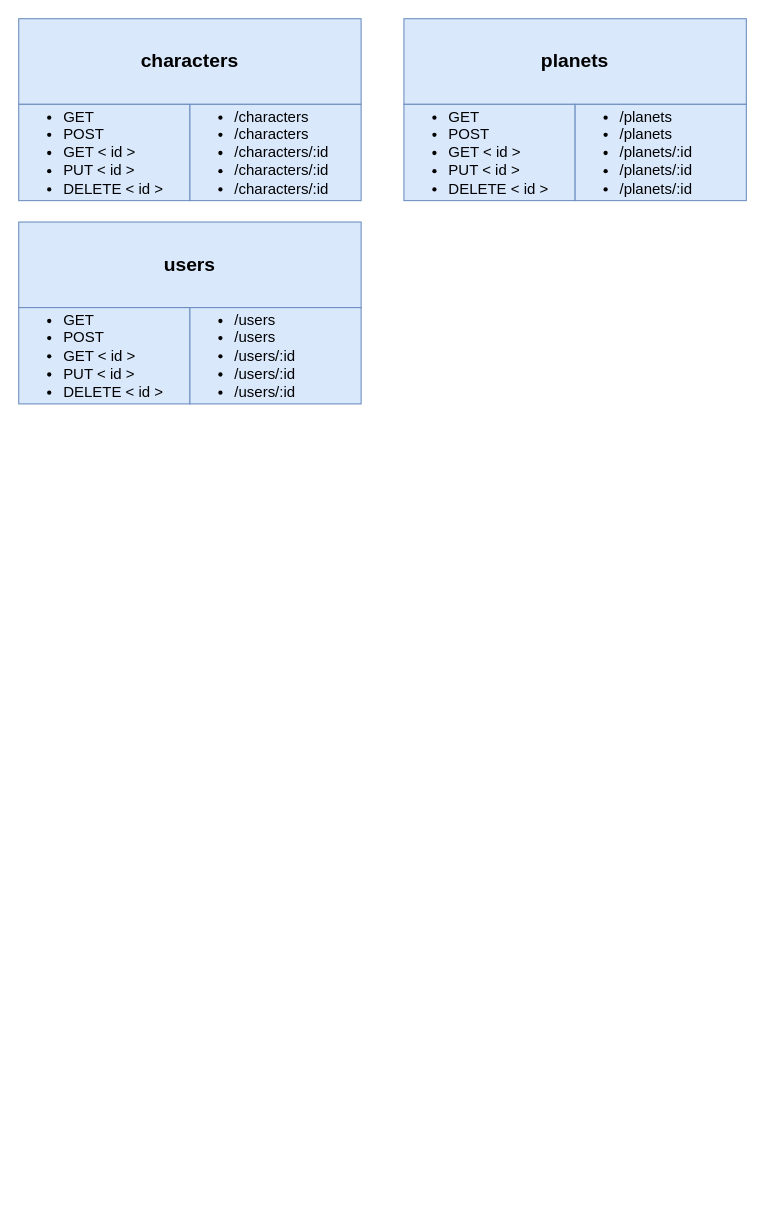
Before: page "Page-1" (1 of 2) of diagram.drawio in diego-sepulveda-lavin/starwars-api-nest, a draw.io diagram. Source tidied: cells renumbered, new cells numbered last; positions are measured from the earlier drawing's top-left corner, leaving out a move shared by most shapes. Both pictures are drawn from the tidied source at 107%, with x=0, y=0 at pixel (18, 18).
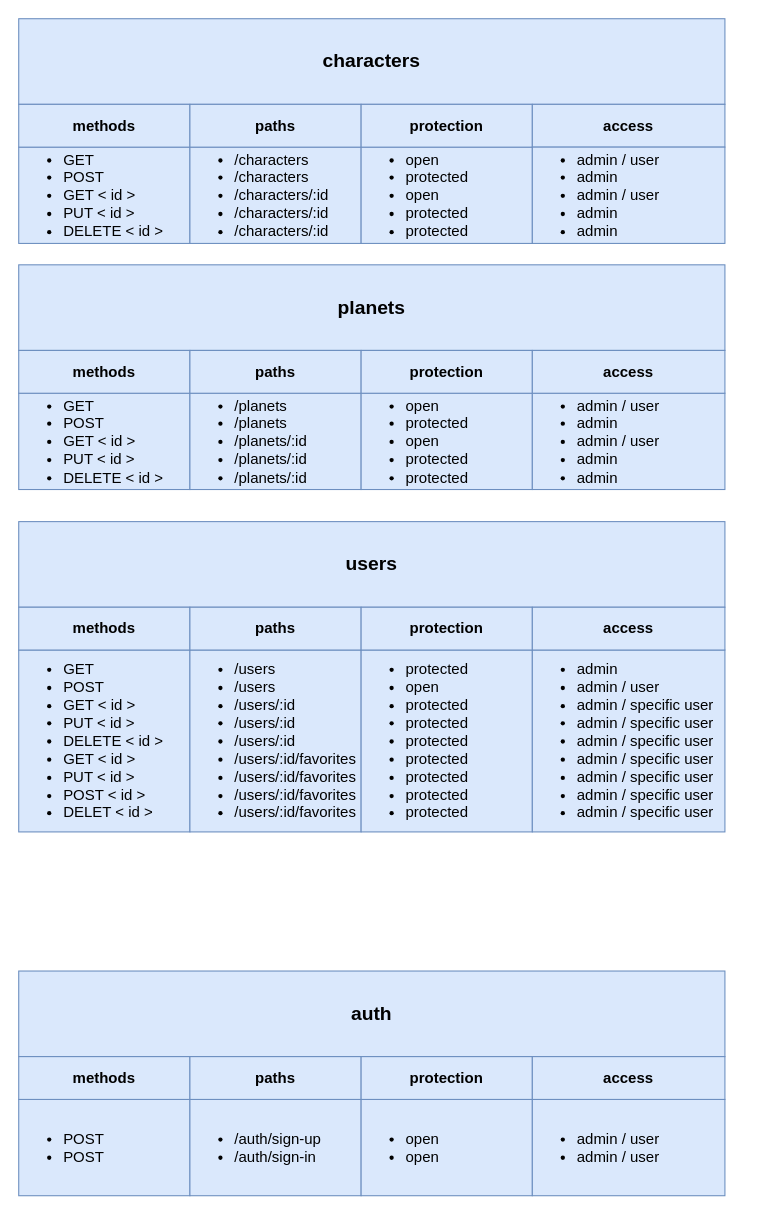
The same page after the edit.

What changed in the source:
```diff
@@
-    <mxCell id="2" value="&lt;font size=&quot;1&quot;&gt;&lt;b style=&quot;font-size: 18px&quot;&gt;characters&lt;/b&gt;&lt;/font&gt;" style="rounded=0;whiteSpace=wrap;html=1;fillColor=#dae8fc;strokeColor=#6c8ebf;" parent="1" vertex="1">
-      <mxGeometry width="320" height="80" as="geometry" />
+    <mxCell id="2" value="&lt;font size=&quot;1&quot;&gt;&lt;b style=&quot;font-size: 18px&quot;&gt;characters&lt;/b&gt;&lt;/font&gt;" style="whiteSpace=wrap;html=1;fillColor=#dae8fc;strokeColor=#6c8ebf;" parent="1" vertex="1">
+      <mxGeometry width="660" height="80" as="geometry" />
     </mxCell>
-    <mxCell id="3" value="&lt;ul style=&quot;font-size: 14px&quot;&gt;&lt;li&gt;GET&lt;/li&gt;&lt;li&gt;POST&lt;/li&gt;&lt;li&gt;GET &amp;lt; id &amp;gt;&lt;/li&gt;&lt;li&gt;PUT &amp;lt; id &amp;gt;&lt;/li&gt;&lt;li&gt;DELETE &amp;lt; id &amp;gt;&lt;/li&gt;&lt;/ul&gt;" style="rounded=0;whiteSpace=wrap;html=1;align=left;fillColor=#dae8fc;strokeColor=#6c8ebf;" parent="1" vertex="1">
-      <mxGeometry y="80" width="160" height="90" as="geometry" />
+    <mxCell id="3" value="&lt;ul style=&quot;font-size: 14px&quot;&gt;&lt;li&gt;GET&lt;/li&gt;&lt;li&gt;POST&lt;/li&gt;&lt;li&gt;GET &amp;lt; id &amp;gt;&lt;/li&gt;&lt;li&gt;PUT &amp;lt; id &amp;gt;&lt;/li&gt;&lt;li&gt;DELETE &amp;lt; id &amp;gt;&lt;/li&gt;&lt;/ul&gt;" style="whiteSpace=wrap;html=1;align=left;fillColor=#dae8fc;strokeColor=#6c8ebf;" parent="1" vertex="1">
+      <mxGeometry y="120" width="160" height="90" as="geometry" />
     </mxCell>
-    <mxCell id="4" value="&lt;ul style=&quot;font-size: 14px&quot;&gt;&lt;li&gt;/characters&lt;/li&gt;&lt;li&gt;/characters&lt;/li&gt;&lt;li&gt;/characters/:id&lt;/li&gt;&lt;li&gt;/characters/:id&lt;/li&gt;&lt;li&gt;/characters/:id&lt;/li&gt;&lt;/ul&gt;" style="rounded=0;whiteSpace=wrap;html=1;align=left;fillColor=#dae8fc;strokeColor=#6c8ebf;" parent="1" vertex="1">
-      <mxGeometry x="160" y="80" width="160" height="90" as="geometry" />
+    <mxCell id="4" value="&lt;ul style=&quot;font-size: 14px&quot;&gt;&lt;li&gt;/characters&lt;/li&gt;&lt;li&gt;/characters&lt;/li&gt;&lt;li&gt;/characters/:id&lt;/li&gt;&lt;li&gt;/characters/:id&lt;/li&gt;&lt;li&gt;/characters/:id&lt;/li&gt;&lt;/ul&gt;" style="whiteSpace=wrap;html=1;align=left;fillColor=#dae8fc;strokeColor=#6c8ebf;" parent="1" vertex="1">
+      <mxGeometry x="160" y="120" width="160" height="90" as="geometry" />
     </mxCell>
-    <mxCell id="5" value="&lt;font size=&quot;1&quot;&gt;&lt;b style=&quot;font-size: 18px&quot;&gt;planets&lt;/b&gt;&lt;/font&gt;" style="rounded=0;whiteSpace=wrap;html=1;fillColor=#dae8fc;strokeColor=#6c8ebf;" parent="1" vertex="1">
-      <mxGeometry x="360" width="320" height="80" as="geometry" />
+    <mxCell id="5" value="&lt;font size=&quot;1&quot;&gt;&lt;b style=&quot;font-size: 18px&quot;&gt;planets&lt;/b&gt;&lt;/font&gt;" style="whiteSpace=wrap;html=1;fillColor=#dae8fc;strokeColor=#6c8ebf;" parent="1" vertex="1">
+      <mxGeometry y="230" width="660" height="80" as="geometry" />
     </mxCell>
-    <mxCell id="6" value="&lt;ul style=&quot;font-size: 14px&quot;&gt;&lt;li&gt;GET&lt;/li&gt;&lt;li&gt;POST&lt;/li&gt;&lt;li&gt;GET &amp;lt; id &amp;gt;&lt;/li&gt;&lt;li&gt;PUT &amp;lt; id &amp;gt;&lt;/li&gt;&lt;li&gt;DELETE &amp;lt; id &amp;gt;&lt;/li&gt;&lt;/ul&gt;" style="rounded=0;whiteSpace=wrap;html=1;align=left;fillColor=#dae8fc;strokeColor=#6c8ebf;" parent="1" vertex="1">
-      <mxGeometry x="360" y="80" width="160" height="90" as="geometry" />
+    <mxCell id="6" value="&lt;ul style=&quot;font-size: 14px&quot;&gt;&lt;li&gt;GET&lt;/li&gt;&lt;li&gt;POST&lt;/li&gt;&lt;li&gt;GET &amp;lt; id &amp;gt;&lt;/li&gt;&lt;li&gt;PUT &amp;lt; id &amp;gt;&lt;/li&gt;&lt;li&gt;DELETE &amp;lt; id &amp;gt;&lt;/li&gt;&lt;/ul&gt;" style="whiteSpace=wrap;html=1;align=left;fillColor=#dae8fc;strokeColor=#6c8ebf;" parent="1" vertex="1">
+      <mxGeometry y="350" width="160" height="90" as="geometry" />
     </mxCell>
-    <mxCell id="7" value="&lt;ul style=&quot;font-size: 14px&quot;&gt;&lt;li&gt;/planets&lt;/li&gt;&lt;li&gt;/planets&lt;/li&gt;&lt;li&gt;/planets/:id&lt;/li&gt;&lt;li&gt;/planets/:id&lt;/li&gt;&lt;li&gt;/planets/:id&lt;/li&gt;&lt;/ul&gt;" style="rounded=0;whiteSpace=wrap;html=1;align=left;fillColor=#dae8fc;strokeColor=#6c8ebf;" parent="1" vertex="1">
-      <mxGeometry x="520" y="80" width="160" height="90" as="geometry" />
+    <mxCell id="7" value="&lt;ul style=&quot;font-size: 14px&quot;&gt;&lt;li&gt;/planets&lt;/li&gt;&lt;li&gt;/planets&lt;/li&gt;&lt;li&gt;/planets/:id&lt;/li&gt;&lt;li&gt;/planets/:id&lt;/li&gt;&lt;li&gt;/planets/:id&lt;/li&gt;&lt;/ul&gt;" style="whiteSpace=wrap;html=1;align=left;fillColor=#dae8fc;strokeColor=#6c8ebf;" parent="1" vertex="1">
+      <mxGeometry x="160" y="350" width="160" height="90" as="geometry" />
     </mxCell>
-    <mxCell id="8" value="&lt;font size=&quot;1&quot;&gt;&lt;b style=&quot;font-size: 18px&quot;&gt;users&lt;/b&gt;&lt;/font&gt;" style="rounded=0;whiteSpace=wrap;html=1;fillColor=#dae8fc;strokeColor=#6c8ebf;" parent="1" vertex="1">
-      <mxGeometry y="190" width="320" height="80" as="geometry" />
+    <mxCell id="8" value="&lt;font size=&quot;1&quot;&gt;&lt;b style=&quot;font-size: 18px&quot;&gt;users&lt;/b&gt;&lt;/font&gt;" style="whiteSpace=wrap;html=1;fillColor=#dae8fc;strokeColor=#6c8ebf;" parent="1" vertex="1">
+      <mxGeometry y="470" width="660" height="80" as="geometry" />
     </mxCell>
-    <mxCell id="9" value="&lt;ul style=&quot;font-size: 14px&quot;&gt;&lt;li&gt;GET&lt;/li&gt;&lt;li&gt;POST&lt;/li&gt;&lt;li&gt;GET &amp;lt; id &amp;gt;&lt;/li&gt;&lt;li&gt;PUT &amp;lt; id &amp;gt;&lt;/li&gt;&lt;li&gt;DELETE &amp;lt; id &amp;gt;&lt;/li&gt;&lt;/ul&gt;" style="rounded=0;whiteSpace=wrap;html=1;align=left;fillColor=#dae8fc;strokeColor=#6c8ebf;" parent="1" vertex="1">
-      <mxGeometry y="270" width="160" height="90" as="geometry" />
+    <mxCell id="9" value="&lt;ul style=&quot;font-size: 14px&quot;&gt;&lt;li&gt;GET&lt;/li&gt;&lt;li&gt;POST&lt;/li&gt;&lt;li&gt;GET &amp;lt; id &amp;gt;&lt;/li&gt;&lt;li&gt;PUT &amp;lt; id &amp;gt;&lt;/li&gt;&lt;li&gt;DELETE &amp;lt; id &amp;gt;&lt;/li&gt;&lt;li&gt;GET &amp;lt; id &amp;gt;&lt;/li&gt;&lt;li&gt;PUT &amp;lt; id &amp;gt;&lt;/li&gt;&lt;li&gt;POST &amp;lt; id &amp;gt;&lt;/li&gt;&lt;li&gt;DELET &amp;lt; id &amp;gt;&lt;/li&gt;&lt;/ul&gt;" style="whiteSpace=wrap;html=1;align=left;fillColor=#dae8fc;strokeColor=#6c8ebf;" parent="1" vertex="1">
+      <mxGeometry y="590" width="160" height="170" as="geometry" />
     </mxCell>
-    <mxCell id="10" value="&lt;ul style=&quot;font-size: 14px&quot;&gt;&lt;li&gt;/users&lt;/li&gt;&lt;li&gt;/users&lt;/li&gt;&lt;li&gt;/users/:id&lt;/li&gt;&lt;li&gt;/users/:id&lt;/li&gt;&lt;li&gt;/users/:id&lt;/li&gt;&lt;/ul&gt;" style="rounded=0;whiteSpace=wrap;html=1;align=left;fillColor=#dae8fc;strokeColor=#6c8ebf;" parent="1" vertex="1">
-      <mxGeometry x="160" y="270" width="160" height="90" as="geometry" />
+    <mxCell id="10" value="&lt;ul style=&quot;font-size: 14px&quot;&gt;&lt;li&gt;/users&lt;/li&gt;&lt;li&gt;/users&lt;/li&gt;&lt;li&gt;/users/:id&lt;/li&gt;&lt;li&gt;/users/:id&lt;/li&gt;&lt;li&gt;/users/:id&lt;/li&gt;&lt;li&gt;/users/:id/favorites&lt;/li&gt;&lt;li&gt;/users/:id/favorites&lt;/li&gt;&lt;li&gt;/users/:id/favorites&lt;/li&gt;&lt;li&gt;/users/:id/favorites&lt;/li&gt;&lt;/ul&gt;" style="whiteSpace=wrap;html=1;align=left;fillColor=#dae8fc;strokeColor=#6c8ebf;" parent="1" vertex="1">
+      <mxGeometry x="160" y="590" width="160" height="170" as="geometry" />
     </mxCell>
+    <mxCell id="11" value="&lt;font size=&quot;1&quot;&gt;&lt;b style=&quot;font-size: 18px&quot;&gt;auth&lt;/b&gt;&lt;/font&gt;" style="whiteSpace=wrap;html=1;fillColor=#dae8fc;strokeColor=#6c8ebf;" parent="1" vertex="1">
+      <mxGeometry y="890" width="660" height="80" as="geometry" />
+    </mxCell>
+    <mxCell id="12" value="&lt;ul style=&quot;font-size: 14px&quot;&gt;&lt;li&gt;POST&lt;/li&gt;&lt;li&gt;POST&lt;/li&gt;&lt;/ul&gt;" style="whiteSpace=wrap;html=1;align=left;fillColor=#dae8fc;strokeColor=#6c8ebf;" parent="1" vertex="1">
+      <mxGeometry y="1010" width="160" height="90" as="geometry" />
+    </mxCell>
+    <mxCell id="13" value="&lt;ul style=&quot;font-size: 14px&quot;&gt;&lt;li&gt;/auth/sign-up&lt;/li&gt;&lt;li&gt;/auth/sign-in&lt;/li&gt;&lt;/ul&gt;" style="whiteSpace=wrap;html=1;align=left;fillColor=#dae8fc;strokeColor=#6c8ebf;" parent="1" vertex="1">
+      <mxGeometry x="160" y="1010" width="160" height="90" as="geometry" />
+    </mxCell>
+    <mxCell id="14" value="&lt;ul style=&quot;font-size: 14px&quot;&gt;&lt;li&gt;open&lt;/li&gt;&lt;li&gt;protected&lt;/li&gt;&lt;li&gt;open&lt;/li&gt;&lt;li&gt;&lt;span&gt;protected&lt;/span&gt;&lt;br&gt;&lt;/li&gt;&lt;li&gt;&lt;span&gt;protected&lt;/span&gt;&lt;/li&gt;&lt;/ul&gt;" style="whiteSpace=wrap;html=1;align=left;fillColor=#dae8fc;strokeColor=#6c8ebf;" parent="1" vertex="1">
+      <mxGeometry x="320" y="120" width="160" height="90" as="geometry" />
+    </mxCell>
+    <mxCell id="15" value="&lt;ul style=&quot;font-size: 14px&quot;&gt;&lt;li&gt;protected&lt;/li&gt;&lt;li&gt;open&lt;/li&gt;&lt;li&gt;protected&lt;/li&gt;&lt;li&gt;protected&lt;/li&gt;&lt;li&gt;protected&lt;/li&gt;&lt;li&gt;protected&lt;/li&gt;&lt;li&gt;protected&lt;/li&gt;&lt;li&gt;protected&lt;/li&gt;&lt;li&gt;protected&lt;/li&gt;&lt;/ul&gt;" style="whiteSpace=wrap;html=1;align=left;fillColor=#dae8fc;strokeColor=#6c8ebf;" parent="1" vertex="1">
+      <mxGeometry x="320" y="590" width="160" height="170" as="geometry" />
+    </mxCell>
+    <mxCell id="16" value="&lt;ul style=&quot;font-size: 14px&quot;&gt;&lt;li&gt;admin&lt;/li&gt;&lt;li&gt;admin / user&lt;/li&gt;&lt;li&gt;admin / specific user&lt;/li&gt;&lt;li&gt;admin / specific user&lt;/li&gt;&lt;li&gt;admin / specific user&lt;/li&gt;&lt;li&gt;admin / specific user&lt;/li&gt;&lt;li&gt;admin / specific user&lt;/li&gt;&lt;li&gt;admin / specific user&lt;/li&gt;&lt;li&gt;admin / specific user&lt;/li&gt;&lt;/ul&gt;" style="whiteSpace=wrap;html=1;align=left;fillColor=#dae8fc;strokeColor=#6c8ebf;" parent="1" vertex="1">
+      <mxGeometry x="480" y="590" width="180" height="170" as="geometry" />
+    </mxCell>
+    <mxCell id="17" value="&lt;ul style=&quot;font-size: 14px&quot;&gt;&lt;li&gt;open&lt;/li&gt;&lt;li&gt;protected&lt;/li&gt;&lt;li&gt;open&lt;/li&gt;&lt;li&gt;protected&lt;/li&gt;&lt;li&gt;protected&lt;/li&gt;&lt;/ul&gt;" style="whiteSpace=wrap;html=1;align=left;fillColor=#dae8fc;strokeColor=#6c8ebf;" parent="1" vertex="1">
+      <mxGeometry x="320" y="350" width="160" height="90" as="geometry" />
+    </mxCell>
+    <mxCell id="18" value="&lt;ul style=&quot;font-size: 14px&quot;&gt;&lt;li&gt;admin / user&lt;/li&gt;&lt;li&gt;admin&lt;/li&gt;&lt;li&gt;admin / user&lt;/li&gt;&lt;li&gt;&lt;span&gt;admin&lt;/span&gt;&lt;br&gt;&lt;/li&gt;&lt;li&gt;&lt;span&gt;admin&lt;/span&gt;&lt;/li&gt;&lt;/ul&gt;" style="whiteSpace=wrap;html=1;align=left;fillColor=#dae8fc;strokeColor=#6c8ebf;" parent="1" vertex="1">
+      <mxGeometry x="480" y="350" width="180" height="90" as="geometry" />
+    </mxCell>
+    <mxCell id="19" value="&lt;ul style=&quot;font-size: 14px&quot;&gt;&lt;li&gt;open&lt;/li&gt;&lt;li&gt;open&lt;/li&gt;&lt;/ul&gt;" style="whiteSpace=wrap;html=1;align=left;fillColor=#dae8fc;strokeColor=#6c8ebf;" parent="1" vertex="1">
+      <mxGeometry x="320" y="1010" width="160" height="90" as="geometry" />
+    </mxCell>
+    <mxCell id="20" value="&lt;ul style=&quot;font-size: 14px&quot;&gt;&lt;li&gt;admin / user&lt;/li&gt;&lt;li&gt;admin / user&lt;/li&gt;&lt;/ul&gt;" style="whiteSpace=wrap;html=1;align=left;fillColor=#dae8fc;strokeColor=#6c8ebf;" parent="1" vertex="1">
+      <mxGeometry x="480" y="1010" width="180" height="90" as="geometry" />
+    </mxCell>
+    <mxCell id="21" value="&lt;div&gt;&lt;span style=&quot;font-size: 14px&quot;&gt;methods&lt;/span&gt;&lt;/div&gt;" style="whiteSpace=wrap;html=1;align=center;fillColor=#dae8fc;strokeColor=#6c8ebf;fontStyle=1;" parent="1" vertex="1">
+      <mxGeometry y="80" width="160" height="40" as="geometry" />
+    </mxCell>
+    <mxCell id="22" value="&lt;div&gt;&lt;span style=&quot;font-size: 14px&quot;&gt;paths&lt;/span&gt;&lt;/div&gt;" style="whiteSpace=wrap;html=1;align=center;fillColor=#dae8fc;strokeColor=#6c8ebf;fontStyle=1;" parent="1" vertex="1">
+      <mxGeometry x="160" y="80" width="160" height="40" as="geometry" />
+    </mxCell>
+    <mxCell id="23" value="&lt;span style=&quot;font-size: 14px&quot;&gt;protection&lt;/span&gt;" style="whiteSpace=wrap;html=1;align=center;fillColor=#dae8fc;strokeColor=#6c8ebf;fontStyle=1;" parent="1" vertex="1">
+      <mxGeometry x="320" y="80" width="160" height="40" as="geometry" />
+    </mxCell>
+    <mxCell id="24" value="&lt;span style=&quot;font-size: 14px&quot;&gt;access&lt;/span&gt;" style="whiteSpace=wrap;html=1;align=center;fillColor=#dae8fc;strokeColor=#6c8ebf;fontStyle=1;" parent="1" vertex="1">
+      <mxGeometry x="480" y="80" width="180" height="40" as="geometry" />
+    </mxCell>
+    <mxCell id="25" value="&lt;div&gt;&lt;span style=&quot;font-size: 14px&quot;&gt;methods&lt;/span&gt;&lt;/div&gt;" style="whiteSpace=wrap;html=1;align=center;fillColor=#dae8fc;strokeColor=#6c8ebf;fontStyle=1;" parent="1" vertex="1">
+      <mxGeometry y="310" width="160" height="40" as="geometry" />
+    </mxCell>
+    <mxCell id="26" value="&lt;div&gt;&lt;span style=&quot;font-size: 14px&quot;&gt;paths&lt;/span&gt;&lt;/div&gt;" style="whiteSpace=wrap;html=1;align=center;fillColor=#dae8fc;strokeColor=#6c8ebf;fontStyle=1;" parent="1" vertex="1">
+      <mxGeometry x="160" y="310" width="160" height="40" as="geometry" />
+    </mxCell>
+    <mxCell id="27" value="&lt;span style=&quot;font-size: 14px&quot;&gt;protection&lt;/span&gt;" style="whiteSpace=wrap;html=1;align=center;fillColor=#dae8fc;strokeColor=#6c8ebf;fontStyle=1;" parent="1" vertex="1">
+      <mxGeometry x="320" y="310" width="160" height="40" as="geometry" />
+    </mxCell>
+    <mxCell id="28" value="&lt;span style=&quot;font-size: 14px&quot;&gt;access&lt;/span&gt;" style="whiteSpace=wrap;html=1;align=center;fillColor=#dae8fc;strokeColor=#6c8ebf;fontStyle=1;" parent="1" vertex="1">
+      <mxGeometry x="480" y="310" width="180" height="40" as="geometry" />
+    </mxCell>
+    <mxCell id="29" value="&lt;div&gt;&lt;span style=&quot;font-size: 14px&quot;&gt;methods&lt;/span&gt;&lt;/div&gt;" style="whiteSpace=wrap;html=1;align=center;fillColor=#dae8fc;strokeColor=#6c8ebf;fontStyle=1;" parent="1" vertex="1">
+      <mxGeometry y="550" width="160" height="40" as="geometry" />
+    </mxCell>
+    <mxCell id="30" value="&lt;div&gt;&lt;span style=&quot;font-size: 14px&quot;&gt;paths&lt;/span&gt;&lt;/div&gt;" style="whiteSpace=wrap;html=1;align=center;fillColor=#dae8fc;strokeColor=#6c8ebf;fontStyle=1;" parent="1" vertex="1">
+      <mxGeometry x="160" y="550" width="160" height="40" as="geometry" />
+    </mxCell>
+    <mxCell id="31" value="&lt;span style=&quot;font-size: 14px&quot;&gt;protection&lt;/span&gt;" style="whiteSpace=wrap;html=1;align=center;fillColor=#dae8fc;strokeColor=#6c8ebf;fontStyle=1;" parent="1" vertex="1">
+      <mxGeometry x="320" y="550" width="160" height="40" as="geometry" />
+    </mxCell>
+    <mxCell id="32" value="&lt;span style=&quot;font-size: 14px&quot;&gt;access&lt;/span&gt;" style="whiteSpace=wrap;html=1;align=center;fillColor=#dae8fc;strokeColor=#6c8ebf;fontStyle=1;" parent="1" vertex="1">
+      <mxGeometry x="480" y="550" width="180" height="40" as="geometry" />
+    </mxCell>
+    <mxCell id="33" value="&lt;div&gt;&lt;span style=&quot;font-size: 14px&quot;&gt;methods&lt;/span&gt;&lt;/div&gt;" style="whiteSpace=wrap;html=1;align=center;fillColor=#dae8fc;strokeColor=#6c8ebf;fontStyle=1;" parent="1" vertex="1">
+      <mxGeometry y="970" width="160" height="40" as="geometry" />
+    </mxCell>
+    <mxCell id="34" value="&lt;div&gt;&lt;span style=&quot;font-size: 14px&quot;&gt;paths&lt;/span&gt;&lt;/div&gt;" style="whiteSpace=wrap;html=1;align=center;fillColor=#dae8fc;strokeColor=#6c8ebf;fontStyle=1;" parent="1" vertex="1">
+      <mxGeometry x="160" y="970" width="160" height="40" as="geometry" />
+    </mxCell>
+    <mxCell id="35" value="&lt;span style=&quot;font-size: 14px&quot;&gt;protection&lt;/span&gt;" style="whiteSpace=wrap;html=1;align=center;fillColor=#dae8fc;strokeColor=#6c8ebf;fontStyle=1;" parent="1" vertex="1">
+      <mxGeometry x="320" y="970" width="160" height="40" as="geometry" />
+    </mxCell>
+    <mxCell id="36" value="&lt;span style=&quot;font-size: 14px&quot;&gt;access&lt;/span&gt;" style="whiteSpace=wrap;html=1;align=center;fillColor=#dae8fc;strokeColor=#6c8ebf;fontStyle=1;" parent="1" vertex="1">
+      <mxGeometry x="480" y="970" width="180" height="40" as="geometry" />
+    </mxCell>
+    <mxCell id="37" value="&lt;ul style=&quot;font-size: 14px&quot;&gt;&lt;li&gt;admin / user&lt;/li&gt;&lt;li&gt;admin&lt;/li&gt;&lt;li&gt;admin / user&lt;/li&gt;&lt;li&gt;&lt;span&gt;admin&lt;/span&gt;&lt;br&gt;&lt;/li&gt;&lt;li&gt;&lt;span&gt;admin&lt;/span&gt;&lt;/li&gt;&lt;/ul&gt;" style="whiteSpace=wrap;html=1;align=left;fillColor=#dae8fc;strokeColor=#6c8ebf;" parent="1" vertex="1">
+      <mxGeometry x="480" y="120" width="180" height="90" as="geometry" />
+    </mxCell>
```
